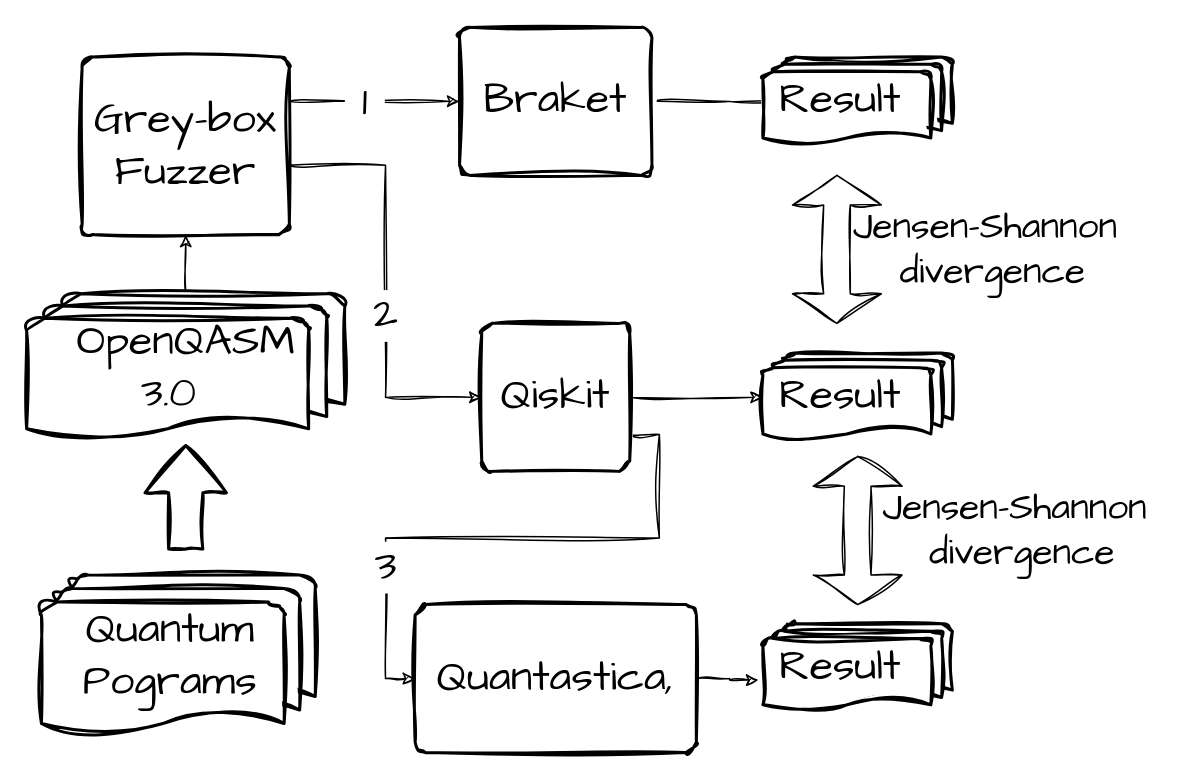
This is fuzzingQuantum.drawio from GloC99/diagrams, a draw.io file, before an edit. Source tidied: cells renumbered, new cells numbered last; positions are measured from the earlier drawing's top-left corner, leaving out a move shared by most shapes. Both pictures are drawn from the tidied source at 148%, with x=0, y=0 at pixel (25, 27).
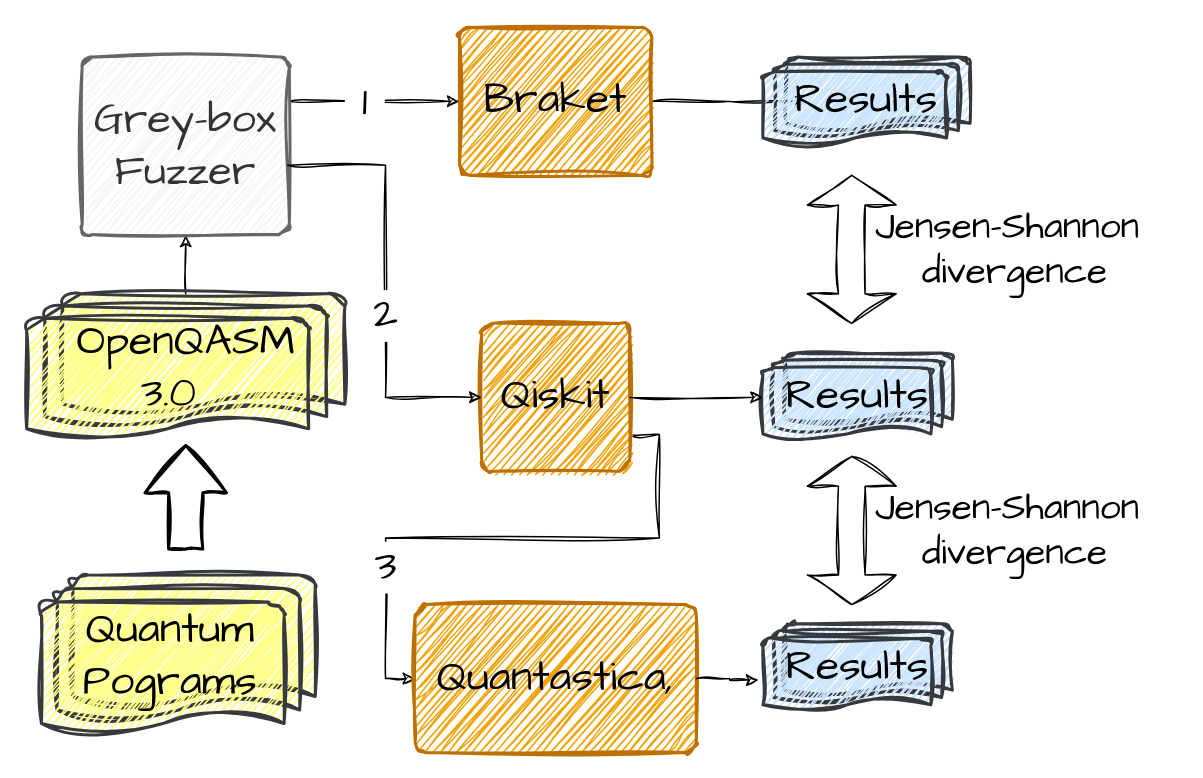
The same diagram, later.

The edit, as a diff of the source:
```diff
@@
-    <mxCell id="2" value="Quantum&amp;nbsp; &amp;nbsp;Pograms&amp;nbsp;&amp;nbsp;" style="strokeWidth=2;html=1;shape=mxgraph.flowchart.multi-document;whiteSpace=wrap;sketch=1;hachureGap=4;jiggle=2;curveFitting=1;fontFamily=Architects Daughter;fontStyle=0;fontSize=29;" parent="1" vertex="1">
+    <mxCell id="2" value="Quantum&amp;nbsp; &amp;nbsp;Pograms&amp;nbsp;&amp;nbsp;" style="strokeWidth=2;html=1;shape=mxgraph.flowchart.multi-document;whiteSpace=wrap;sketch=1;hachureGap=4;jiggle=2;curveFitting=1;fontFamily=Architects Daughter;fontStyle=0;fontSize=29;fillColor=#ffff88;strokeColor=#36393d;" parent="1" vertex="1">
       <mxGeometry x="10.5" y="370" width="185" height="110" as="geometry" />
     </mxCell>
@@
-    <mxCell id="4" value="OpenQASM 3.0&amp;nbsp;&amp;nbsp;" style="strokeWidth=2;html=1;shape=mxgraph.flowchart.multi-document;whiteSpace=wrap;sketch=1;hachureGap=4;jiggle=2;curveFitting=1;fontFamily=Architects Daughter;fontStyle=0;fontSize=29;" parent="1" vertex="1">
+    <mxCell id="4" value="OpenQASM 3.0&amp;nbsp;&amp;nbsp;" style="strokeWidth=2;html=1;shape=mxgraph.flowchart.multi-document;whiteSpace=wrap;sketch=1;hachureGap=4;jiggle=2;curveFitting=1;fontFamily=Architects Daughter;fontStyle=0;fontSize=29;fillColor=#ffff88;strokeColor=#36393d;" parent="1" vertex="1">
       <mxGeometry x="0.5" y="180" width="215" height="100" as="geometry" />
     </mxCell>
@@
-    <mxCell id="7" value="Grey-box Fuzzer" style="rounded=1;whiteSpace=wrap;html=1;absoluteArcSize=1;arcSize=14;strokeWidth=2;sketch=1;hachureGap=4;jiggle=2;curveFitting=1;fontFamily=Architects Daughter;fontStyle=0;fontSize=29;" parent="1" vertex="1">
+    <mxCell id="7" value="Grey-box Fuzzer" style="rounded=1;whiteSpace=wrap;html=1;absoluteArcSize=1;arcSize=14;strokeWidth=2;sketch=1;hachureGap=4;jiggle=2;curveFitting=1;fontFamily=Architects Daughter;fontStyle=0;fontSize=29;fillColor=#f5f5f5;strokeColor=#666666;fontColor=#333333;" parent="1" vertex="1">
       <mxGeometry x="38" y="20" width="140" height="120" as="geometry" />
     </mxCell>
@@
-    <mxCell id="10" value="Braket" style="rounded=1;whiteSpace=wrap;html=1;absoluteArcSize=1;arcSize=14;strokeWidth=2;sketch=1;hachureGap=4;jiggle=2;curveFitting=1;fontFamily=Architects Daughter;fontStyle=0;fontSize=29;" parent="1" vertex="1">
+    <mxCell id="10" value="Braket" style="rounded=1;whiteSpace=wrap;html=1;absoluteArcSize=1;arcSize=14;strokeWidth=2;sketch=1;hachureGap=4;jiggle=2;curveFitting=1;fontFamily=Architects Daughter;fontStyle=0;fontSize=29;fillColor=#f0a30a;strokeColor=#BD7000;fontColor=#000000;" parent="1" vertex="1">
       <mxGeometry x="293" width="130" height="100" as="geometry" />
     </mxCell>
@@
-    <mxCell id="13" value="Qiskit" style="rounded=1;whiteSpace=wrap;html=1;absoluteArcSize=1;arcSize=14;strokeWidth=2;sketch=1;hachureGap=4;jiggle=2;curveFitting=1;fontFamily=Architects Daughter;fontStyle=0;fontSize=29;" parent="1" vertex="1">
+    <mxCell id="13" value="Qiskit" style="rounded=1;whiteSpace=wrap;html=1;absoluteArcSize=1;arcSize=14;strokeWidth=2;sketch=1;hachureGap=4;jiggle=2;curveFitting=1;fontFamily=Architects Daughter;fontStyle=0;fontSize=29;fillColor=#f0a30a;strokeColor=#BD7000;fontColor=#000000;" parent="1" vertex="1">
       <mxGeometry x="308" y="200" width="100" height="100" as="geometry" />
     </mxCell>
-    <mxCell id="14" value="Quantastica," style="rounded=1;whiteSpace=wrap;html=1;absoluteArcSize=1;arcSize=14;strokeWidth=2;sketch=1;hachureGap=4;jiggle=2;curveFitting=1;fontFamily=Architects Daughter;fontStyle=0;fontSize=29;" parent="1" vertex="1">
+    <mxCell id="14" value="Quantastica," style="rounded=1;whiteSpace=wrap;html=1;absoluteArcSize=1;arcSize=14;strokeWidth=2;sketch=1;hachureGap=4;jiggle=2;curveFitting=1;fontFamily=Architects Daughter;fontStyle=0;fontSize=29;fillColor=#f0a30a;strokeColor=#BD7000;fontColor=#000000;" parent="1" vertex="1">
       <mxGeometry x="263" y="390" width="190" height="100" as="geometry" />
     </mxCell>
@@
-    <mxCell id="17" value="Result&amp;nbsp;&amp;nbsp;" style="strokeWidth=2;html=1;shape=mxgraph.flowchart.multi-document;whiteSpace=wrap;sketch=1;hachureGap=4;jiggle=2;curveFitting=1;fontFamily=Architects Daughter;fontStyle=0;fontSize=29;" parent="1" vertex="1">
-      <mxGeometry x="498" y="20" width="128" height="60" as="geometry" />
+    <mxCell id="17" value="&amp;nbsp;Results&amp;nbsp;" style="strokeWidth=2;html=1;shape=mxgraph.flowchart.multi-document;whiteSpace=wrap;sketch=1;hachureGap=4;jiggle=2;curveFitting=1;fontFamily=Architects Daughter;fontStyle=0;fontSize=29;fillColor=#cce5ff;strokeColor=#36393d;" parent="1" vertex="1">
+      <mxGeometry x="498" y="20" width="140" height="60" as="geometry" />
     </mxCell>
-    <mxCell id="18" value="Result&amp;nbsp;&amp;nbsp;" style="strokeWidth=2;html=1;shape=mxgraph.flowchart.multi-document;whiteSpace=wrap;sketch=1;hachureGap=4;jiggle=2;curveFitting=1;fontFamily=Architects Daughter;fontStyle=0;fontSize=29;" parent="1" vertex="1">
+    <mxCell id="18" value="&amp;nbsp;Results&amp;nbsp;" style="strokeWidth=2;html=1;shape=mxgraph.flowchart.multi-document;whiteSpace=wrap;sketch=1;hachureGap=4;jiggle=2;curveFitting=1;fontFamily=Architects Daughter;fontStyle=0;fontSize=29;fillColor=#cce5ff;strokeColor=#36393d;" parent="1" vertex="1">
       <mxGeometry x="498" y="220" width="128" height="60" as="geometry" />
     </mxCell>
-    <mxCell id="19" value="Result&amp;nbsp;&amp;nbsp;" style="strokeWidth=2;html=1;shape=mxgraph.flowchart.multi-document;whiteSpace=wrap;sketch=1;hachureGap=4;jiggle=2;curveFitting=1;fontFamily=Architects Daughter;fontStyle=0;fontSize=29;" parent="1" vertex="1">
+    <mxCell id="19" value="&amp;nbsp;Results&amp;nbsp;" style="strokeWidth=2;html=1;shape=mxgraph.flowchart.multi-document;whiteSpace=wrap;sketch=1;hachureGap=4;jiggle=2;curveFitting=1;fontFamily=Architects Daughter;fontStyle=0;fontSize=29;fillColor=#cce5ff;strokeColor=#36393d;" parent="1" vertex="1">
       <mxGeometry x="498" y="403" width="128" height="60" as="geometry" />
     </mxCell>
@@
     <mxCell id="22" style="shape=doubleArrow;direction=south;whiteSpace=wrap;html=1;sketch=1;hachureGap=4;jiggle=2;curveFitting=1;fontFamily=Architects Daughter;fontStyle=0;fontSize=29;" parent="1" vertex="1">
-      <mxGeometry x="518" y="100" width="60" height="100" as="geometry" />
+      <mxGeometry x="528" y="100" width="60" height="100" as="geometry" />
     </mxCell>
     <mxCell id="23" style="shape=doubleArrow;direction=south;whiteSpace=wrap;html=1;sketch=1;hachureGap=4;jiggle=2;curveFitting=1;fontFamily=Architects Daughter;fontStyle=0;fontSize=29;" parent="1" vertex="1">
-      <mxGeometry x="532" y="290" width="60" height="100" as="geometry" />
+      <mxGeometry x="528" y="290" width="60" height="100" as="geometry" />
     </mxCell>
     <mxCell id="24" value="&lt;font style=&quot;font-size: 25px;&quot;&gt;Jensen-Shannon&amp;nbsp;&lt;/font&gt;&lt;div&gt;&lt;font style=&quot;font-size: 25px;&quot;&gt;divergence&lt;/font&gt;&lt;/div&gt;" style="text;html=1;align=center;verticalAlign=middle;strokeColor=none;fillColor=none;fontFamily=Architects Daughter;" parent="1" vertex="1">
-      <mxGeometry x="548" y="115" width="210" height="70" as="geometry" />
+      <mxGeometry x="563" y="115" width="210" height="70" as="geometry" />
     </mxCell>
     <mxCell id="25" value="&lt;font style=&quot;font-size: 25px;&quot;&gt;Jensen-Shannon&amp;nbsp;&lt;/font&gt;&lt;div&gt;&lt;font style=&quot;font-size: 25px;&quot;&gt;divergence&lt;/font&gt;&lt;/div&gt;" style="text;html=1;align=center;verticalAlign=middle;strokeColor=none;fillColor=none;fontFamily=Architects Daughter;" parent="1" vertex="1">
-      <mxGeometry x="568" y="305" width="210" height="70" as="geometry" />
+      <mxGeometry x="563" y="305" width="210" height="70" as="geometry" />
     </mxCell>
```
